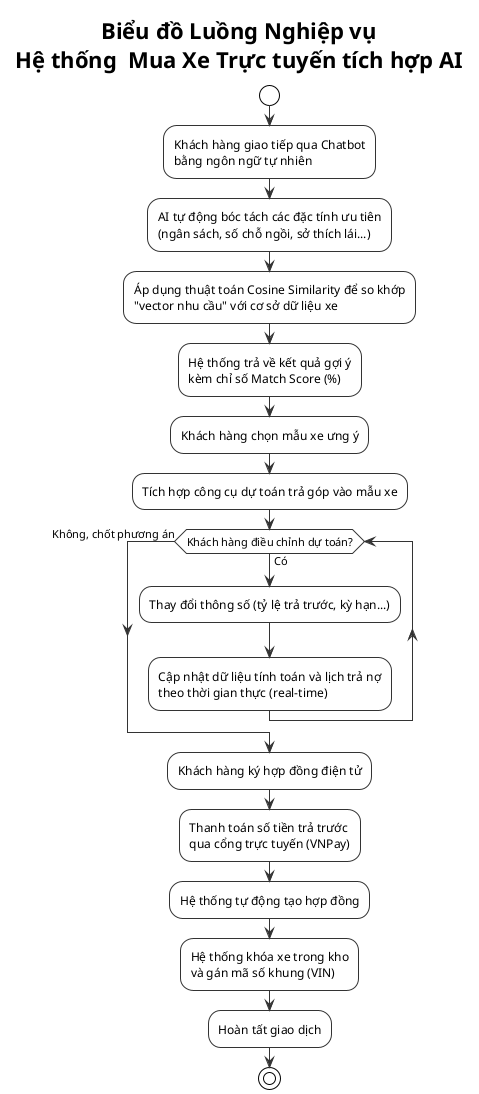
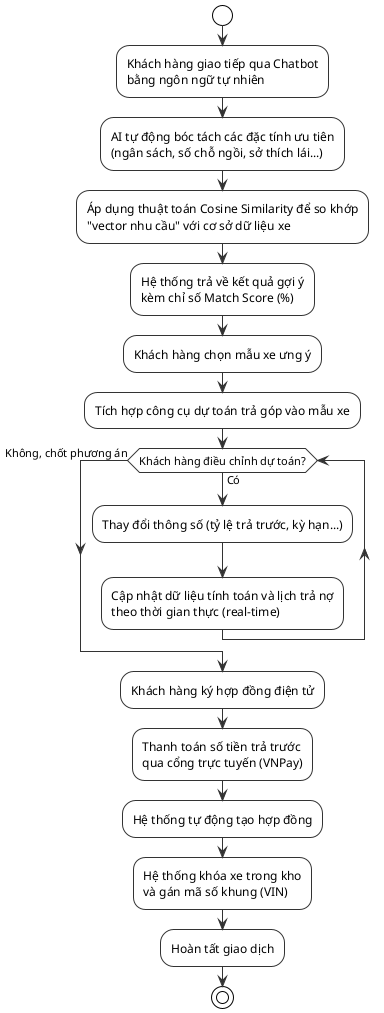
@startuml
!theme plain
skinparam ActivityBackgroundColor #FFFFFF
skinparam ActivityBorderColor #333333
skinparam ArrowColor #333333
skinparam DefaultFontName Arial
skinparam ActivityBorderThickness 1

- title Biểu đồ Luồng Nghiệp vụ\nHệ thống  Mua Xe Trực tuyến tích hợp AI

start

:Khách hàng giao tiếp qua Chatbot\nbằng ngôn ngữ tự nhiên;

:AI tự động bóc tách các đặc tính ưu tiên\n(ngân sách, số chỗ ngồi, sở thích lái...);

:Áp dụng thuật toán Cosine Similarity để so khớp\n"vector nhu cầu" với cơ sở dữ liệu xe;

:Hệ thống trả về kết quả gợi ý\nkèm chỉ số Match Score (%);

:Khách hàng chọn mẫu xe ưng ý;

:Tích hợp công cụ dự toán trả góp vào mẫu xe;

while (Khách hàng điều chỉnh dự toán?) is (Có)
  :Thay đổi thông số (tỷ lệ trả trước, kỳ hạn...);
  :Cập nhật dữ liệu tính toán và lịch trả nợ\ntheo thời gian thực (real-time);
endwhile (Không, chốt phương án)

:Khách hàng ký hợp đồng điện tử;

:Thanh toán số tiền trả trước\nqua cổng trực tuyến (VNPay);

:Hệ thống tự động tạo hợp đồng;

:Hệ thống khóa xe trong kho\nvà gán mã số khung (VIN);

:Hoàn tất giao dịch;

stop
@enduml